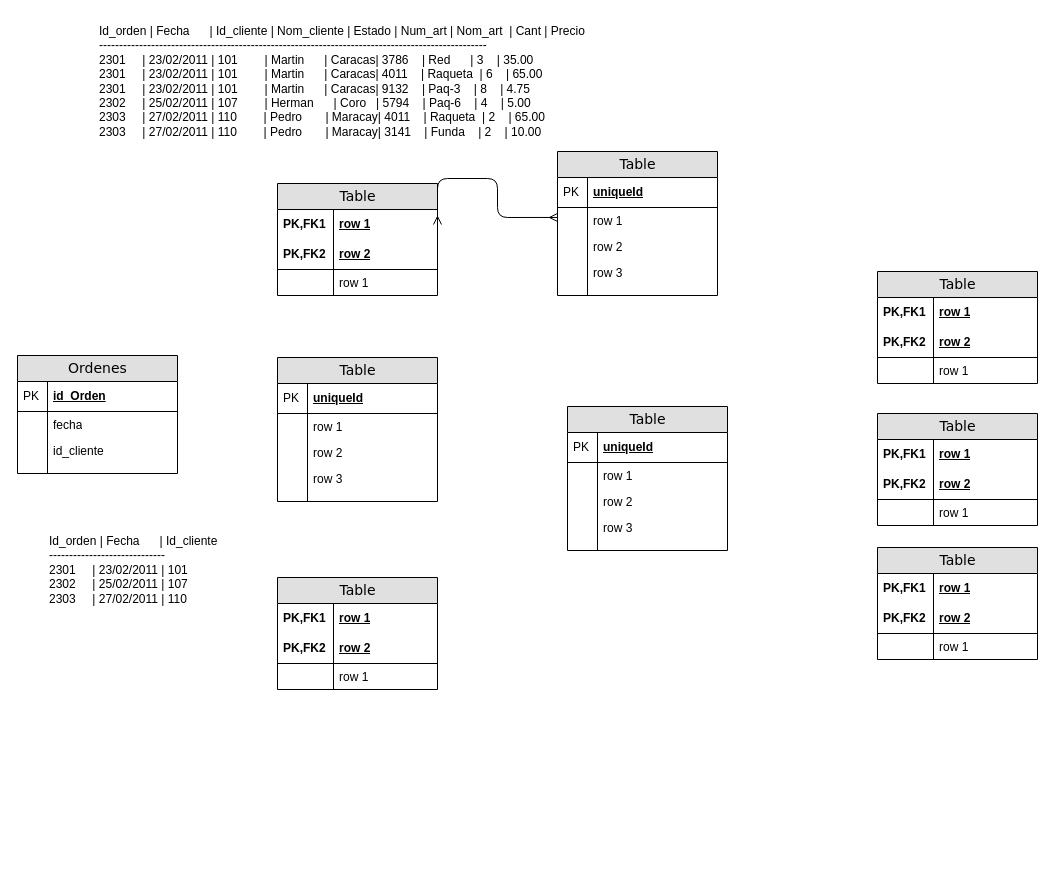
artissce/BD_FALL2024 keeps this draw.io diagram as Untitled Diagram.drawio. Above is the earlier version. Source tidied: cells renumbered, new cells numbered last; positions are measured from the earlier drawing's top-left corner, leaving out a move shared by most shapes. Both pictures are drawn from the tidied source at 100%, with x=0, y=0 at pixel (17, 17).
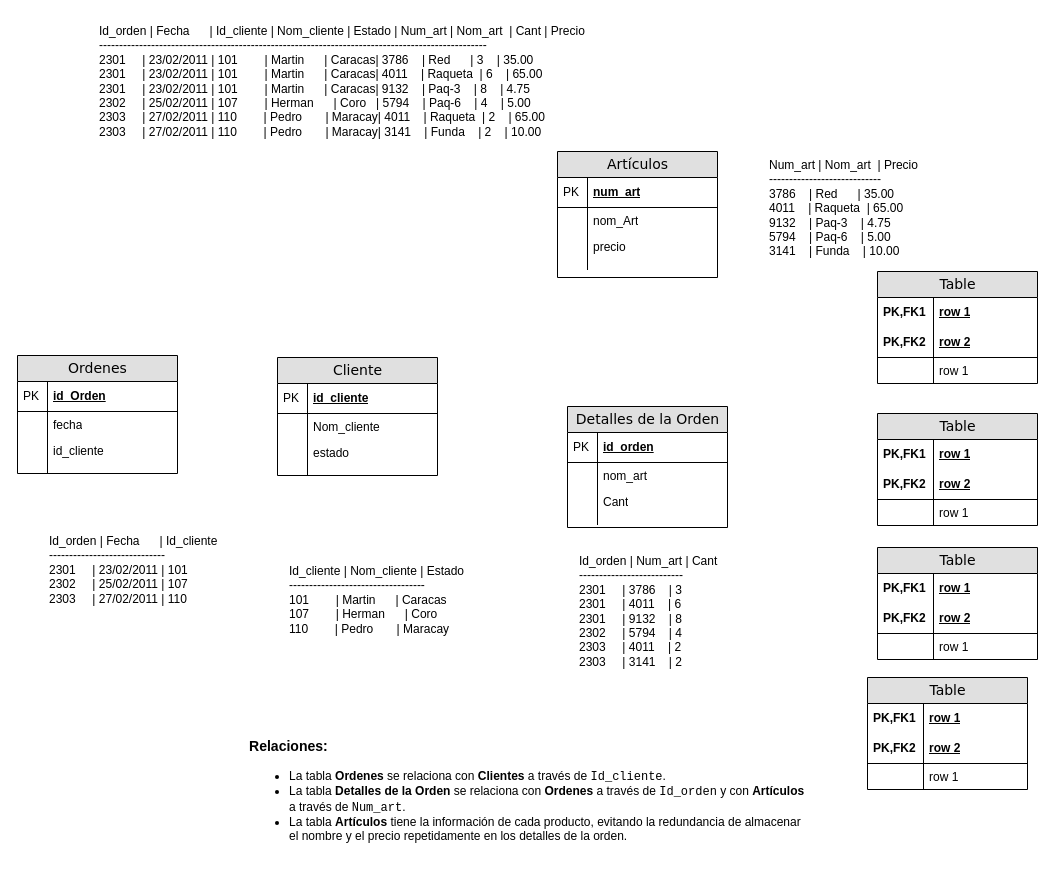
After the change.

The edit, as a diff of the source:
```diff
@@
-    <mxCell id="2" value="Table" style="swimlane;html=1;fontStyle=0;horizontal=1;startSize=26;fillColor=#e0e0e0;swimlaneFillColor=#ffffff;align=center;rounded=0;shadow=0;comic=0;labelBackgroundColor=none;strokeWidth=1;fontFamily=Verdana;fontSize=14;" parent="1" vertex="1">
-      <mxGeometry x="260" y="166" width="160" height="112" as="geometry" />
-    </mxCell>
-    <mxCell id="3" value="row 1" style="shape=partialRectangle;top=0;left=0;right=0;bottom=0;html=1;align=left;verticalAlign=middle;fillColor=none;spacingLeft=60;spacingRight=4;whiteSpace=wrap;overflow=hidden;points=[[0,0.5],[1,0.5]];portConstraint=eastwest;fontStyle=5;" parent="2" vertex="1">
-      <mxGeometry y="26" width="160" height="30" as="geometry" />
-    </mxCell>
-    <mxCell id="4" value="PK,FK1" style="shape=partialRectangle;fontStyle=1;top=0;left=0;bottom=0;html=1;fillColor=none;align=left;verticalAlign=middle;spacingLeft=4;spacingRight=4;whiteSpace=wrap;overflow=hidden;" parent="3" vertex="1">
-      <mxGeometry width="56" height="30" as="geometry" />
-    </mxCell>
-    <mxCell id="5" value="row 2" style="shape=partialRectangle;top=0;left=0;right=0;bottom=1;html=1;align=left;verticalAlign=middle;fillColor=none;spacingLeft=60;spacingRight=4;whiteSpace=wrap;overflow=hidden;fontStyle=5;" parent="2" vertex="1">
-      <mxGeometry y="56" width="160" height="30" as="geometry" />
-    </mxCell>
-    <mxCell id="6" value="PK,FK2" style="shape=partialRectangle;fontStyle=1;top=0;left=0;bottom=0;html=1;fillColor=none;align=left;verticalAlign=middle;spacingLeft=4;spacingRight=4;whiteSpace=wrap;overflow=hidden;" parent="5" vertex="1">
-      <mxGeometry width="56" height="30" as="geometry" />
-    </mxCell>
-    <mxCell id="7" value="row 1" style="shape=partialRectangle;top=0;left=0;right=0;bottom=0;html=1;align=left;verticalAlign=top;fillColor=none;spacingLeft=60;spacingRight=4;whiteSpace=wrap;overflow=hidden;" parent="2" vertex="1">
-      <mxGeometry y="86" width="160" height="26" as="geometry" />
-    </mxCell>
-    <mxCell id="8" style="shape=partialRectangle;top=0;left=0;bottom=0;html=1;fillColor=none;align=left;verticalAlign=top;spacingLeft=4;spacingRight=4;whiteSpace=wrap;overflow=hidden;" parent="7" vertex="1">
-      <mxGeometry width="56" height="26" as="geometry" />
-    </mxCell>
-    <mxCell id="9" value="Table" style="swimlane;html=1;fontStyle=0;horizontal=1;startSize=26;fillColor=#e0e0e0;swimlaneFillColor=#ffffff;align=center;rounded=0;shadow=0;comic=0;labelBackgroundColor=none;strokeWidth=1;fontFamily=Verdana;fontSize=14;swimlaneLine=1;" parent="1" vertex="1">
-      <mxGeometry x="540" y="134" width="160" height="144" as="geometry" />
+    <mxCell id="9" value="Artículos" style="swimlane;html=1;fontStyle=0;horizontal=1;startSize=26;fillColor=#e0e0e0;swimlaneFillColor=#ffffff;align=center;rounded=0;shadow=0;comic=0;labelBackgroundColor=none;strokeWidth=1;fontFamily=Verdana;fontSize=14;swimlaneLine=1;" parent="1" vertex="1">
+      <mxGeometry x="540" y="134" width="160" height="126" as="geometry" />
     </mxCell>
-    <mxCell id="10" value="uniqueId" style="shape=partialRectangle;top=0;left=0;right=0;bottom=1;html=1;align=left;verticalAlign=middle;fillColor=none;spacingLeft=34;spacingRight=4;whiteSpace=wrap;overflow=hidden;fontStyle=5;" parent="9" vertex="1">
+    <mxCell id="10" value="num_art" style="shape=partialRectangle;top=0;left=0;right=0;bottom=1;html=1;align=left;verticalAlign=middle;fillColor=none;spacingLeft=34;spacingRight=4;whiteSpace=wrap;overflow=hidden;fontStyle=5;" parent="9" vertex="1">
       <mxGeometry y="26" width="160" height="30" as="geometry" />
     </mxCell>
@@
-    <mxCell id="12" value="row 1" style="shape=partialRectangle;top=0;left=0;right=0;bottom=0;html=1;align=left;verticalAlign=top;fillColor=none;spacingLeft=34;spacingRight=4;whiteSpace=wrap;overflow=hidden;points=[[0,0.5],[1,0.5]];portConstraint=eastwest;" parent="9" vertex="1">
-      <mxGeometry y="56" width="160" height="26" as="geometry" />
-    </mxCell>
-    <mxCell id="13" style="shape=partialRectangle;top=0;left=0;bottom=0;html=1;fillColor=none;align=left;verticalAlign=top;spacingLeft=4;spacingRight=4;whiteSpace=wrap;overflow=hidden;" parent="12" vertex="1">
-      <mxGeometry width="30" height="26" as="geometry" />
-    </mxCell>
-    <mxCell id="14" value="row 2" style="shape=partialRectangle;top=0;left=0;right=0;bottom=0;html=1;align=left;verticalAlign=top;fillColor=none;spacingLeft=34;spacingRight=4;whiteSpace=wrap;overflow=hidden;" parent="9" vertex="1">
-      <mxGeometry y="82" width="160" height="26" as="geometry" />
+    <mxCell id="14" value="nom_Art" style="shape=partialRectangle;top=0;left=0;right=0;bottom=0;html=1;align=left;verticalAlign=top;fillColor=none;spacingLeft=34;spacingRight=4;whiteSpace=wrap;overflow=hidden;" parent="9" vertex="1">
+      <mxGeometry y="56" width="160" height="26" as="geometry" />
     </mxCell>
@@
-    <mxCell id="16" value="row 3" style="shape=partialRectangle;top=0;left=0;right=0;bottom=0;html=1;align=left;verticalAlign=top;fillColor=none;spacingLeft=34;spacingRight=4;whiteSpace=wrap;overflow=hidden;" parent="9" vertex="1">
-      <mxGeometry y="108" width="160" height="26" as="geometry" />
+    <mxCell id="16" value="precio" style="shape=partialRectangle;top=0;left=0;right=0;bottom=0;html=1;align=left;verticalAlign=top;fillColor=none;spacingLeft=34;spacingRight=4;whiteSpace=wrap;overflow=hidden;" parent="9" vertex="1">
+      <mxGeometry y="82" width="160" height="26" as="geometry" />
     </mxCell>
@@
     <mxCell id="18" style="shape=partialRectangle;top=0;left=0;right=0;bottom=0;html=1;align=left;verticalAlign=top;fillColor=none;spacingLeft=34;spacingRight=4;whiteSpace=wrap;overflow=hidden;" parent="9" vertex="1">
-      <mxGeometry y="134" width="160" height="10" as="geometry" />
+      <mxGeometry y="108" width="160" height="10" as="geometry" />
     </mxCell>
@@
-    <mxCell id="20" value="Table" style="swimlane;html=1;fontStyle=0;horizontal=1;startSize=26;fillColor=#e0e0e0;swimlaneFillColor=#ffffff;align=center;rounded=0;shadow=0;comic=0;labelBackgroundColor=none;strokeWidth=1;fontFamily=Verdana;fontSize=14;" parent="1" vertex="1">
-      <mxGeometry x="260" y="340" width="160" height="144" as="geometry" />
+    <mxCell id="20" value="Cliente" style="swimlane;html=1;fontStyle=0;horizontal=1;startSize=26;fillColor=#e0e0e0;swimlaneFillColor=#ffffff;align=center;rounded=0;shadow=0;comic=0;labelBackgroundColor=none;strokeWidth=1;fontFamily=Verdana;fontSize=14;" parent="1" vertex="1">
+      <mxGeometry x="260" y="340" width="160" height="118" as="geometry" />
     </mxCell>
-    <mxCell id="21" value="uniqueId" style="shape=partialRectangle;top=0;left=0;right=0;bottom=1;html=1;align=left;verticalAlign=middle;fillColor=none;spacingLeft=34;spacingRight=4;whiteSpace=wrap;overflow=hidden;fontStyle=5;" parent="20" vertex="1">
+    <mxCell id="21" value="id_cliente" style="shape=partialRectangle;top=0;left=0;right=0;bottom=1;html=1;align=left;verticalAlign=middle;fillColor=none;spacingLeft=34;spacingRight=4;whiteSpace=wrap;overflow=hidden;fontStyle=5;" parent="20" vertex="1">
       <mxGeometry y="26" width="160" height="30" as="geometry" />
     </mxCell>
@@
-    <mxCell id="23" value="row 1" style="shape=partialRectangle;top=0;left=0;right=0;bottom=0;html=1;align=left;verticalAlign=top;fillColor=none;spacingLeft=34;spacingRight=4;whiteSpace=wrap;overflow=hidden;" parent="20" vertex="1">
+    <mxCell id="23" value="Nom_cliente" style="shape=partialRectangle;top=0;left=0;right=0;bottom=0;html=1;align=left;verticalAlign=top;fillColor=none;spacingLeft=34;spacingRight=4;whiteSpace=wrap;overflow=hidden;" parent="20" vertex="1">
       <mxGeometry y="56" width="160" height="26" as="geometry" />
     </mxCell>
@@
-    <mxCell id="25" value="row 2" style="shape=partialRectangle;top=0;left=0;right=0;bottom=0;html=1;align=left;verticalAlign=top;fillColor=none;spacingLeft=34;spacingRight=4;whiteSpace=wrap;overflow=hidden;" parent="20" vertex="1">
+    <mxCell id="25" value="estado" style="shape=partialRectangle;top=0;left=0;right=0;bottom=0;html=1;align=left;verticalAlign=top;fillColor=none;spacingLeft=34;spacingRight=4;whiteSpace=wrap;overflow=hidden;" parent="20" vertex="1">
       <mxGeometry y="82" width="160" height="26" as="geometry" />
     </mxCell>
@@
-    <mxCell id="27" value="row 3" style="shape=partialRectangle;top=0;left=0;right=0;bottom=0;html=1;align=left;verticalAlign=top;fillColor=none;spacingLeft=34;spacingRight=4;whiteSpace=wrap;overflow=hidden;" parent="20" vertex="1">
-      <mxGeometry y="108" width="160" height="26" as="geometry" />
-    </mxCell>
-    <mxCell id="28" style="shape=partialRectangle;top=0;left=0;bottom=0;html=1;fillColor=none;align=left;verticalAlign=top;spacingLeft=4;spacingRight=4;whiteSpace=wrap;overflow=hidden;" parent="27" vertex="1">
-      <mxGeometry width="30" height="26" as="geometry" />
-    </mxCell>
     <mxCell id="29" style="shape=partialRectangle;top=0;left=0;right=0;bottom=0;html=1;align=left;verticalAlign=top;fillColor=none;spacingLeft=34;spacingRight=4;whiteSpace=wrap;overflow=hidden;" parent="20" vertex="1">
-      <mxGeometry y="134" width="160" height="10" as="geometry" />
+      <mxGeometry y="108" width="160" height="10" as="geometry" />
     </mxCell>
@@
-    <mxCell id="31" value="Table" style="swimlane;html=1;fontStyle=0;horizontal=1;startSize=26;fillColor=#e0e0e0;swimlaneFillColor=#ffffff;align=center;rounded=0;shadow=0;comic=0;labelBackgroundColor=none;strokeWidth=1;fontFamily=Verdana;fontSize=14;" parent="1" vertex="1">
-      <mxGeometry x="550" y="389" width="160" height="144" as="geometry" />
+    <mxCell id="31" value="Detalles de la Orden" style="swimlane;html=1;fontStyle=0;horizontal=1;startSize=26;fillColor=#e0e0e0;swimlaneFillColor=#ffffff;align=center;rounded=0;shadow=0;comic=0;labelBackgroundColor=none;strokeWidth=1;fontFamily=Verdana;fontSize=14;" parent="1" vertex="1">
+      <mxGeometry x="550" y="389" width="160" height="121" as="geometry" />
     </mxCell>
-    <mxCell id="32" value="uniqueId" style="shape=partialRectangle;top=0;left=0;right=0;bottom=1;html=1;align=left;verticalAlign=middle;fillColor=none;spacingLeft=34;spacingRight=4;whiteSpace=wrap;overflow=hidden;fontStyle=5;" parent="31" vertex="1">
+    <mxCell id="32" value="id_orden" style="shape=partialRectangle;top=0;left=0;right=0;bottom=1;html=1;align=left;verticalAlign=middle;fillColor=none;spacingLeft=34;spacingRight=4;whiteSpace=wrap;overflow=hidden;fontStyle=5;" parent="31" vertex="1">
       <mxGeometry y="26" width="160" height="30" as="geometry" />
     </mxCell>
@@
-    <mxCell id="34" value="row 1" style="shape=partialRectangle;top=0;left=0;right=0;bottom=0;html=1;align=left;verticalAlign=top;fillColor=none;spacingLeft=34;spacingRight=4;whiteSpace=wrap;overflow=hidden;" parent="31" vertex="1">
-      <mxGeometry y="56" width="160" height="26" as="geometry" />
-    </mxCell>
-    <mxCell id="35" style="shape=partialRectangle;top=0;left=0;bottom=0;html=1;fillColor=none;align=left;verticalAlign=top;spacingLeft=4;spacingRight=4;whiteSpace=wrap;overflow=hidden;" parent="34" vertex="1">
-      <mxGeometry width="30" height="26" as="geometry" />
-    </mxCell>
-    <mxCell id="36" value="row 2" style="shape=partialRectangle;top=0;left=0;right=0;bottom=0;html=1;align=left;verticalAlign=top;fillColor=none;spacingLeft=34;spacingRight=4;whiteSpace=wrap;overflow=hidden;" parent="31" vertex="1">
-      <mxGeometry y="82" width="160" height="26" as="geometry" />
+    <mxCell id="36" value="nom_art" style="shape=partialRectangle;top=0;left=0;right=0;bottom=0;html=1;align=left;verticalAlign=top;fillColor=none;spacingLeft=34;spacingRight=4;whiteSpace=wrap;overflow=hidden;" parent="31" vertex="1">
+      <mxGeometry y="56" width="160" height="26" as="geometry" />
     </mxCell>
@@
-    <mxCell id="38" value="row 3" style="shape=partialRectangle;top=0;left=0;right=0;bottom=0;html=1;align=left;verticalAlign=top;fillColor=none;spacingLeft=34;spacingRight=4;whiteSpace=wrap;overflow=hidden;" parent="31" vertex="1">
-      <mxGeometry y="108" width="160" height="26" as="geometry" />
+    <mxCell id="38" value="Cant" style="shape=partialRectangle;top=0;left=0;right=0;bottom=0;html=1;align=left;verticalAlign=top;fillColor=none;spacingLeft=34;spacingRight=4;whiteSpace=wrap;overflow=hidden;" parent="31" vertex="1">
+      <mxGeometry y="82" width="160" height="26" as="geometry" />
     </mxCell>
@@
     <mxCell id="40" style="shape=partialRectangle;top=0;left=0;right=0;bottom=0;html=1;align=left;verticalAlign=top;fillColor=none;spacingLeft=34;spacingRight=4;whiteSpace=wrap;overflow=hidden;" parent="31" vertex="1">
-      <mxGeometry y="134" width="160" height="10" as="geometry" />
+      <mxGeometry y="108" width="160" height="10" as="geometry" />
     </mxCell>
@@
     <mxCell id="49" value="Table" style="swimlane;html=1;fontStyle=0;horizontal=1;startSize=26;fillColor=#e0e0e0;swimlaneFillColor=#ffffff;align=center;rounded=0;shadow=0;comic=0;labelBackgroundColor=none;strokeWidth=1;fontFamily=Verdana;fontSize=14;" parent="1" vertex="1">
-      <mxGeometry x="260" y="560" width="160" height="112" as="geometry" />
+      <mxGeometry x="850" y="660" width="160" height="112" as="geometry" />
     </mxCell>
@@
-    <mxCell id="56" style="edgeStyle=orthogonalEdgeStyle;html=1;endArrow=ERmany;startArrow=ERmany;labelBackgroundColor=none;fontFamily=Verdana;fontSize=14;entryX=1;entryY=0.5;exitX=0;exitY=0.383;exitPerimeter=0;" parent="1" edge="1" source="12" target="3">
-      <mxGeometry relative="1" as="geometry">
-        <Array as="points">
-          <mxPoint x="480" y="200" />
-          <mxPoint x="480" y="161" />
-        </Array>
-      </mxGeometry>
-    </mxCell>
@@
+    <mxCell id="82" value="Id_cliente | Nom_cliente | Estado&#10;----------------------------------&#10;101        | Martin      | Caracas&#10;107        | Herman      | Coro&#10;110        | Pedro       | Maracay" style="text;whiteSpace=wrap;" parent="1" vertex="1">
+      <mxGeometry x="270" y="540" width="210" height="100" as="geometry" />
+    </mxCell>
+    <mxCell id="83" value="Id_orden | Num_art | Cant&#10;--------------------------&#10;2301     | 3786    | 3&#10;2301     | 4011    | 6&#10;2301     | 9132    | 8&#10;2302     | 5794    | 4&#10;2303     | 4011    | 2&#10;2303     | 3141    | 2&#10;" style="text;whiteSpace=wrap;" parent="1" vertex="1">
+      <mxGeometry x="560" y="530" width="270" height="140" as="geometry" />
+    </mxCell>
+    <mxCell id="84" value="Num_art | Nom_art  | Precio&#10;----------------------------&#10;3786    | Red      | 35.00&#10;4011    | Raqueta  | 65.00&#10;9132    | Paq-3    | 4.75&#10;5794    | Paq-6    | 5.00&#10;3141    | Funda    | 10.00" style="text;whiteSpace=wrap;" parent="1" vertex="1">
+      <mxGeometry x="750" y="134" width="180" height="120" as="geometry" />
+    </mxCell>
+    <mxCell id="85" value="&lt;h3&gt;Relaciones:&lt;/h3&gt;&lt;ul&gt;&lt;li&gt;La tabla &lt;strong&gt;Ordenes&lt;/strong&gt; se relaciona con &lt;strong&gt;Clientes&lt;/strong&gt; a través de &lt;code&gt;Id_cliente&lt;/code&gt;.&lt;/li&gt;&lt;li&gt;La tabla &lt;strong&gt;Detalles de la Orden&lt;/strong&gt; se relaciona con &lt;strong&gt;Ordenes&lt;/strong&gt; a través de &lt;code&gt;Id_orden&lt;/code&gt; y con &lt;strong&gt;Artículos&lt;/strong&gt; a través de &lt;code&gt;Num_art&lt;/code&gt;.&lt;/li&gt;&lt;li&gt;La tabla &lt;strong&gt;Artículos&lt;/strong&gt; tiene la información de cada producto, evitando la redundancia de almacenar el nombre y el precio repetidamente en los detalles de la orden.&lt;/li&gt;&lt;/ul&gt;" style="text;whiteSpace=wrap;html=1;" parent="1" vertex="1">
+      <mxGeometry x="230" y="700" width="560" height="150" as="geometry" />
+    </mxCell>
```
